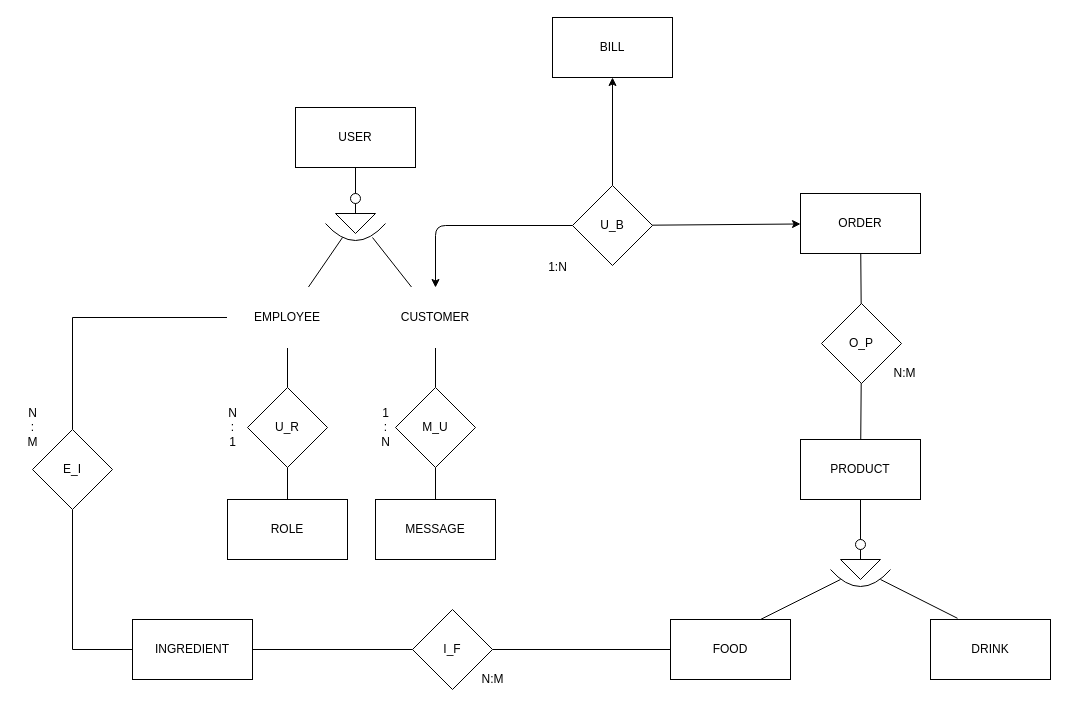
Before: scom-rest-erm.drawio in Alvaro-IHC/SCom-rest, a draw.io diagram. Source tidied: cells renumbered, new cells numbered last; positions are measured from the earlier drawing's top-left corner, leaving out a move shared by most shapes. Both pictures are drawn from the tidied source at 100%, with x=0, y=0 at pixel (17, 17).
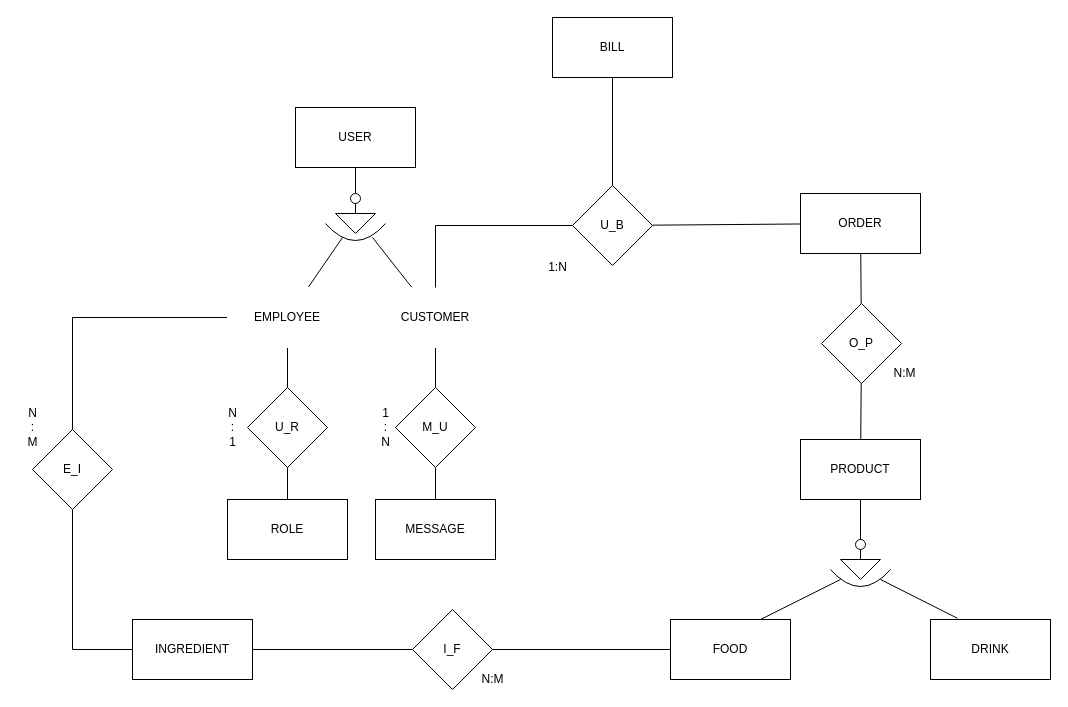
Above is the later version.

The change refers to these unchanged cells:
```xml
<mxCell id="15" value="ORDER" style="whiteSpace=wrap;html=1;" parent="1" vertex="1">
  <mxGeometry x="783" y="176" width="120" height="60" as="geometry" />
</mxCell>
<mxCell id="21" value="BILL" style="whiteSpace=wrap;html=1;" parent="1" vertex="1">
  <mxGeometry x="535" width="120" height="60" as="geometry" />
</mxCell>
<mxCell id="44" value="CUSTOMER" style="whiteSpace=wrap;html=1;shadow=0;strokeColor=#FFFFFF;" parent="1" vertex="1">
  <mxGeometry x="358" y="270" width="120" height="60" as="geometry" />
</mxCell>
<mxCell id="53" value="U_B" style="rhombus;whiteSpace=wrap;html=1;" parent="1" vertex="1">
  <mxGeometry x="555" y="168" width="80" height="80" as="geometry" />
</mxCell>
```

Change to the diagram source:
```diff
@@
-    <mxCell id="50" style="edgeStyle=none;html=1;" parent="1" edge="1" source="53" target="15">
+    <mxCell id="50" style="edgeStyle=none;html=1;endArrow=none;endFill=0;" parent="1" edge="1" source="53" target="15">
       <mxGeometry relative="1" as="geometry" />
     </mxCell>
-    <mxCell id="51" style="edgeStyle=orthogonalEdgeStyle;html=1;" parent="1" edge="1" source="53" target="44">
+    <mxCell id="51" style="edgeStyle=orthogonalEdgeStyle;html=1;endArrow=none;endFill=0;rounded=0;" parent="1" edge="1" source="53" target="44">
       <mxGeometry relative="1" as="geometry" />
     </mxCell>
-    <mxCell id="52" style="edgeStyle=none;html=1;" parent="1" edge="1" source="53" target="21">
+    <mxCell id="52" style="edgeStyle=none;html=1;endArrow=none;endFill=0;" parent="1" edge="1" source="53" target="21">
       <mxGeometry relative="1" as="geometry" />
     </mxCell>
```
